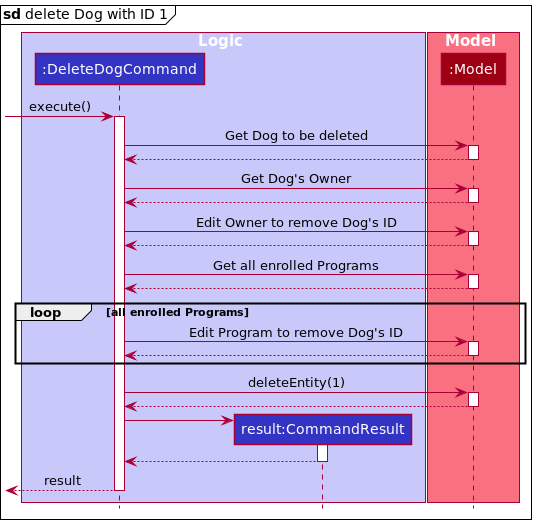
Above: docs/images/DeleteSequenceDetailedDiagram.png in nus-cs2103-AY2021S2/tp (PlantUML), before the change.
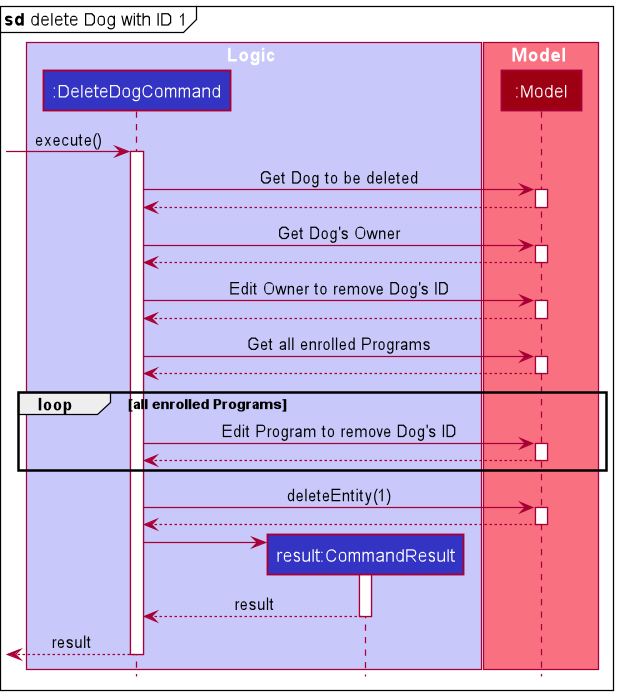
The same file after the commit.

Commit message:
delete seq diag return result

What changed in the source:
```diff
@@ -10,7 +10,6 @@
 box Model MODEL_COLOR_T1
 participant ":Model" as Model MODEL_COLOR
 end box
-
 
 mainframe **sd** delete Dog with ID 1
 
@@ -38,7 +37,7 @@
 
 create CommandResult
 DeleteDogCommand -> CommandResult
-return
+return result
 
 return result
 
```
